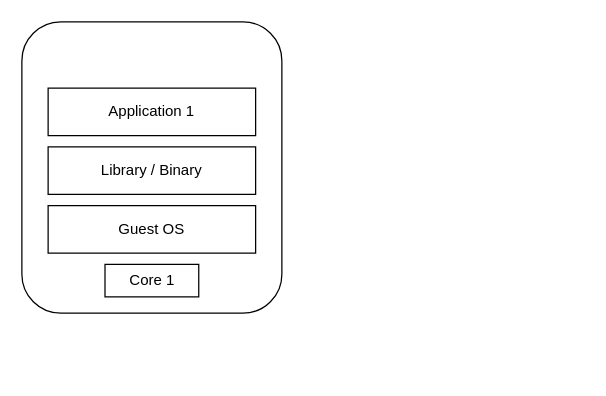
The draw.io diagram io/Build_Server_Comparing.drawio in Jiwon-lee-me/cicd-web-project, before the edit. Source tidied: cells renumbered, new cells numbered last; positions are measured from the earlier drawing's top-left corner, leaving out a move shared by most shapes. Both pictures are drawn from the tidied source at 125%, with x=0, y=0 at pixel (21, 21).
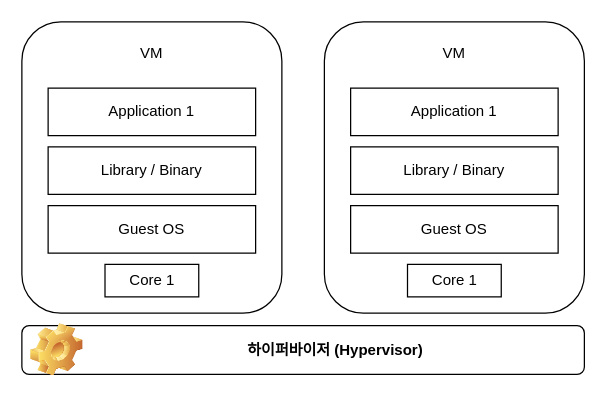
The same page after the edit.

The edit, as a diff of the source:
```diff
@@
 <mxGraphModel>
   <root>
     <mxCell id="0" />
     <mxCell id="1" parent="0" />
     <mxCell id="2" style="rounded=1;whiteSpace=wrap;html=1;" parent="1" vertex="1">
       <mxGeometry width="208" height="233" as="geometry" />
     </mxCell>
     <mxCell id="3" value="Application 1" style="rounded=0;whiteSpace=wrap;html=1;" parent="1" vertex="1">
       <mxGeometry x="21" y="53" width="166" height="38" as="geometry" />
     </mxCell>
     <mxCell id="4" value="Library / Binary" style="rounded=0;whiteSpace=wrap;html=1;" parent="1" vertex="1">
       <mxGeometry x="21" y="100" width="166" height="38" as="geometry" />
     </mxCell>
     <mxCell id="5" value="Guest OS" style="rounded=0;whiteSpace=wrap;html=1;" parent="1" vertex="1">
       <mxGeometry x="21" y="147" width="166" height="38" as="geometry" />
     </mxCell>
     <mxCell id="6" value="Core 1" style="rounded=0;whiteSpace=wrap;html=1;" parent="1" vertex="1">
       <mxGeometry x="66.5" y="194" width="75" height="26" as="geometry" />
     </mxCell>
+    <mxCell id="7" style="rounded=1;whiteSpace=wrap;html=1;" parent="1" vertex="1">
+      <mxGeometry x="242" width="208" height="233" as="geometry" />
+    </mxCell>
+    <mxCell id="8" value="Application 1" style="rounded=0;whiteSpace=wrap;html=1;" parent="1" vertex="1">
+      <mxGeometry x="263" y="53" width="166" height="38" as="geometry" />
+    </mxCell>
+    <mxCell id="9" value="Library / Binary" style="rounded=0;whiteSpace=wrap;html=1;" parent="1" vertex="1">
+      <mxGeometry x="263" y="100" width="166" height="38" as="geometry" />
+    </mxCell>
+    <mxCell id="10" value="Guest OS" style="rounded=0;whiteSpace=wrap;html=1;" parent="1" vertex="1">
+      <mxGeometry x="263" y="147" width="166" height="38" as="geometry" />
+    </mxCell>
+    <mxCell id="11" value="Core 1" style="rounded=0;whiteSpace=wrap;html=1;" parent="1" vertex="1">
+      <mxGeometry x="308.5" y="194" width="75" height="26" as="geometry" />
+    </mxCell>
+    <mxCell id="12" value="VM" style="text;html=1;strokeColor=none;fillColor=none;align=center;verticalAlign=middle;whiteSpace=wrap;rounded=0;" parent="1" vertex="1">
+      <mxGeometry x="74" y="10" width="60" height="30" as="geometry" />
+    </mxCell>
+    <mxCell id="13" value="VM" style="text;html=1;strokeColor=none;fillColor=none;align=center;verticalAlign=middle;whiteSpace=wrap;rounded=0;" parent="1" vertex="1">
+      <mxGeometry x="316" y="10" width="60" height="30" as="geometry" />
+    </mxCell>
+    <mxCell id="14" value="하이퍼바이저 (Hypervisor)" style="label;whiteSpace=wrap;html=1;image=img/clipart/Gear_128x128.png;align=center;" parent="1" vertex="1">
+      <mxGeometry y="243" width="450" height="39" as="geometry" />
+    </mxCell>
   </root>
 </mxGraphModel>
```
